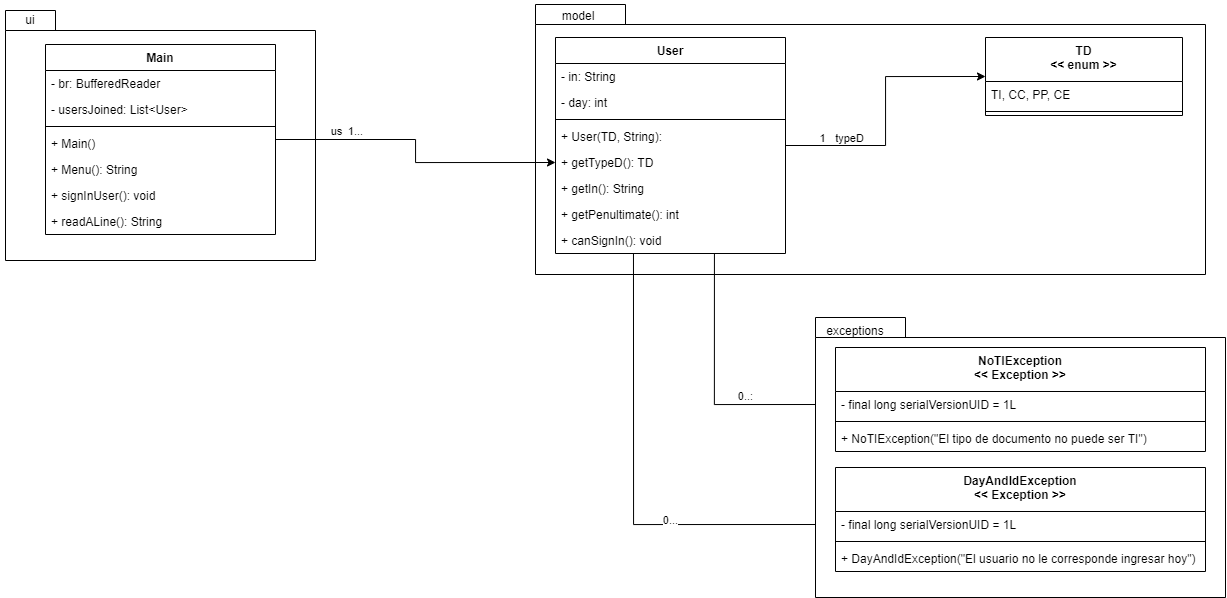
Above: docs/Diagrama de Clases.png in JCamiloRamirezTabares/Mi_Barrio_Te_Quiere (draw.io), before the change. Source tidied: cells renumbered, new cells last; positions are measured from the earlier drawing's top-left corner, leaving out a move shared by most shapes. Its diagram source:
```xml
<mxGraphModel>
  <root>
    <mxCell id="0" />
    <mxCell id="1" parent="0" />
    <mxCell id="2" style="shape=folder;fontStyle=1;spacingTop=10;tabWidth=50;tabHeight=20;tabPosition=left;html=1;" parent="1" vertex="1">
      <mxGeometry x="5" y="10" width="310" height="250" as="geometry" />
    </mxCell>
    <mxCell id="3" style="shape=folder;fontStyle=1;spacingTop=10;tabWidth=90;tabHeight=20;tabPosition=left;html=1;" parent="1" vertex="1">
      <mxGeometry x="535" y="4" width="670" height="270" as="geometry" />
    </mxCell>
    <mxCell id="4" style="edgeStyle=orthogonalEdgeStyle;rounded=0;jettySize=auto;html=1;entryX=0;entryY=0.5;entryDx=0;entryDy=0;" parent="1" edge="1" source="11" target="20">
      <mxGeometry relative="1" as="geometry" />
    </mxCell>
    <mxCell id="5" value="typeD" style="edgeLabel;html=1;align=center;verticalAlign=middle;" parent="4" vertex="1">
      <mxGeometry x="0.49" y="1" relative="1" as="geometry">
        <mxPoint x="-69" y="62" as="offset" />
      </mxGeometry>
    </mxCell>
    <mxCell id="6" value="1" style="edgeLabel;html=1;align=center;verticalAlign=middle;" parent="4" vertex="1">
      <mxGeometry x="-0.36" y="1" relative="1" as="geometry">
        <mxPoint x="-49" y="-7" as="offset" />
      </mxGeometry>
    </mxCell>
    <mxCell id="7" style="edgeStyle=orthogonalEdgeStyle;rounded=0;jettySize=auto;html=1;entryX=0;entryY=0.5;entryDx=0;entryDy=0;exitX=0.691;exitY=1;exitDx=0;exitDy=0;exitPerimeter=0;" parent="1" edge="1" source="19" target="36">
      <mxGeometry relative="1" as="geometry" />
    </mxCell>
    <mxCell id="8" value="0..:" style="edgeLabel;html=1;align=center;verticalAlign=middle;" parent="7" vertex="1">
      <mxGeometry x="0.13" y="2" relative="1" as="geometry">
        <mxPoint x="29" y="-7" as="offset" />
      </mxGeometry>
    </mxCell>
    <mxCell id="9" style="edgeStyle=orthogonalEdgeStyle;rounded=0;jettySize=auto;html=1;entryX=0;entryY=0.5;entryDx=0;entryDy=0;exitX=0.339;exitY=1;exitDx=0;exitDy=0;exitPerimeter=0;" parent="1" edge="1" source="19" target="40">
      <mxGeometry relative="1" as="geometry" />
    </mxCell>
    <mxCell id="10" value="0..." style="edgeLabel;html=1;align=center;verticalAlign=middle;" parent="9" vertex="1">
      <mxGeometry x="0.3" relative="1" as="geometry">
        <mxPoint y="-5" as="offset" />
      </mxGeometry>
    </mxCell>
    <mxCell id="11" value="User" style="swimlane;fontStyle=1;align=center;verticalAlign=top;horizontal=1;startSize=26;" parent="1" vertex="1">
      <mxGeometry x="555" y="37" width="230" height="216" as="geometry" />
    </mxCell>
    <mxCell id="12" value="- in: String" style="text;strokeColor=none;fillColor=none;align=left;verticalAlign=top;spacingLeft=4;spacingRight=4;overflow=hidden;" parent="11" vertex="1">
      <mxGeometry y="26" width="230" height="26" as="geometry" />
    </mxCell>
    <mxCell id="13" value="- day: int" style="text;strokeColor=none;fillColor=none;align=left;verticalAlign=top;spacingLeft=4;spacingRight=4;overflow=hidden;" parent="11" vertex="1">
      <mxGeometry y="52" width="230" height="26" as="geometry" />
    </mxCell>
    <mxCell id="14" style="line;strokeWidth=1;fillColor=none;align=left;verticalAlign=middle;spacingTop=-1;spacingLeft=3;spacingRight=3;labelPosition=right;" parent="11" vertex="1">
      <mxGeometry y="78" width="230" height="8" as="geometry" />
    </mxCell>
    <mxCell id="15" value="+ User(TD, String):" style="text;strokeColor=none;fillColor=none;align=left;verticalAlign=top;spacingLeft=4;spacingRight=4;overflow=hidden;" parent="11" vertex="1">
      <mxGeometry y="86" width="230" height="26" as="geometry" />
    </mxCell>
    <mxCell id="16" value="+ getTypeD(): TD" style="text;strokeColor=none;fillColor=none;align=left;verticalAlign=top;spacingLeft=4;spacingRight=4;overflow=hidden;points=[[0,0.5],[1,0.5]];portConstraint=eastwest;" parent="11" vertex="1">
      <mxGeometry y="112" width="230" height="26" as="geometry" />
    </mxCell>
    <mxCell id="17" value="+ getIn(): String" style="text;strokeColor=none;fillColor=none;align=left;verticalAlign=top;spacingLeft=4;spacingRight=4;overflow=hidden;" parent="11" vertex="1">
      <mxGeometry y="138" width="230" height="26" as="geometry" />
    </mxCell>
    <mxCell id="18" value="+ getPenultimate(): int" style="text;strokeColor=none;fillColor=none;align=left;verticalAlign=top;spacingLeft=4;spacingRight=4;overflow=hidden;" parent="11" vertex="1">
      <mxGeometry y="164" width="230" height="26" as="geometry" />
    </mxCell>
    <mxCell id="19" value="+ canSignIn(): void" style="text;strokeColor=none;fillColor=none;align=left;verticalAlign=top;spacingLeft=4;spacingRight=4;overflow=hidden;points=[[0,0.5],[1,0.5]];portConstraint=eastwest;" parent="11" vertex="1">
      <mxGeometry y="190" width="230" height="26" as="geometry" />
    </mxCell>
    <mxCell id="20" value="TD&#10;&lt;&lt; enum &gt;&gt;" style="swimlane;fontStyle=1;align=center;verticalAlign=top;horizontal=1;startSize=44;" parent="1" vertex="1">
      <mxGeometry x="985" y="37" width="197" height="78" as="geometry" />
    </mxCell>
    <mxCell id="21" value="TI, CC, PP, CE" style="text;strokeColor=none;fillColor=none;align=left;verticalAlign=top;spacingLeft=4;spacingRight=4;overflow=hidden;" parent="20" vertex="1">
      <mxGeometry y="44" width="197" height="26" as="geometry" />
    </mxCell>
    <mxCell id="22" style="line;strokeWidth=1;fillColor=none;align=left;verticalAlign=middle;spacingTop=-1;spacingLeft=3;spacingRight=3;labelPosition=right;" parent="20" vertex="1">
      <mxGeometry y="70" width="197" height="8" as="geometry" />
    </mxCell>
    <mxCell id="23" style="edgeStyle=orthogonalEdgeStyle;rounded=0;jettySize=auto;html=1;entryX=0;entryY=0.5;entryDx=0;entryDy=0;" parent="1" edge="1" source="26" target="16">
      <mxGeometry relative="1" as="geometry" />
    </mxCell>
    <mxCell id="24" value="us" style="edgeLabel;html=1;align=center;verticalAlign=middle;" parent="23" vertex="1">
      <mxGeometry x="-0.41" y="-2" relative="1" as="geometry">
        <mxPoint x="-29" y="-11" as="offset" />
      </mxGeometry>
    </mxCell>
    <mxCell id="25" value="1..." style="edgeLabel;html=1;align=center;verticalAlign=middle;" parent="23" vertex="1">
      <mxGeometry x="-0.4" relative="1" as="geometry">
        <mxPoint x="-11" y="-9" as="offset" />
      </mxGeometry>
    </mxCell>
    <mxCell id="26" value="Main" style="swimlane;fontStyle=1;align=center;verticalAlign=top;horizontal=1;startSize=26;" parent="1" vertex="1">
      <mxGeometry x="45" y="44" width="230" height="190" as="geometry" />
    </mxCell>
    <mxCell id="27" value="- br: BufferedReader" style="text;strokeColor=none;fillColor=none;align=left;verticalAlign=top;spacingLeft=4;spacingRight=4;overflow=hidden;" parent="26" vertex="1">
      <mxGeometry y="26" width="230" height="26" as="geometry" />
    </mxCell>
    <mxCell id="28" value="- usersJoined: List&lt;User&gt;" style="text;strokeColor=none;fillColor=none;align=left;verticalAlign=top;spacingLeft=4;spacingRight=4;overflow=hidden;" parent="26" vertex="1">
      <mxGeometry y="52" width="230" height="26" as="geometry" />
    </mxCell>
    <mxCell id="29" style="line;strokeWidth=1;fillColor=none;align=left;verticalAlign=middle;spacingTop=-1;spacingLeft=3;spacingRight=3;labelPosition=right;" parent="26" vertex="1">
      <mxGeometry y="78" width="230" height="8" as="geometry" />
    </mxCell>
    <mxCell id="30" value="+ Main()" style="text;strokeColor=none;fillColor=none;align=left;verticalAlign=top;spacingLeft=4;spacingRight=4;overflow=hidden;" parent="26" vertex="1">
      <mxGeometry y="86" width="230" height="26" as="geometry" />
    </mxCell>
    <mxCell id="31" value="+ Menu(): String" style="text;strokeColor=none;fillColor=none;align=left;verticalAlign=top;spacingLeft=4;spacingRight=4;overflow=hidden;" parent="26" vertex="1">
      <mxGeometry y="112" width="230" height="26" as="geometry" />
    </mxCell>
    <mxCell id="32" value="+ signInUser(): void" style="text;strokeColor=none;fillColor=none;align=left;verticalAlign=top;spacingLeft=4;spacingRight=4;overflow=hidden;" parent="26" vertex="1">
      <mxGeometry y="138" width="230" height="26" as="geometry" />
    </mxCell>
    <mxCell id="33" value="+ readALine(): String" style="text;strokeColor=none;fillColor=none;align=left;verticalAlign=top;spacingLeft=4;spacingRight=4;overflow=hidden;" parent="26" vertex="1">
      <mxGeometry y="164" width="230" height="26" as="geometry" />
    </mxCell>
    <mxCell id="34" style="shape=folder;fontStyle=1;spacingTop=10;tabWidth=90;tabHeight=20;tabPosition=left;html=1;" parent="1" vertex="1">
      <mxGeometry x="815" y="317" width="410" height="280" as="geometry" />
    </mxCell>
    <mxCell id="35" value="NoTIException&#10;&lt;&lt; Exception &gt;&gt;" style="swimlane;fontStyle=1;align=center;verticalAlign=top;horizontal=1;startSize=44;" parent="1" vertex="1">
      <mxGeometry x="835" y="347" width="370" height="104" as="geometry" />
    </mxCell>
    <mxCell id="36" value="- final long serialVersionUID = 1L" style="text;strokeColor=none;fillColor=none;align=left;verticalAlign=top;spacingLeft=4;spacingRight=4;overflow=hidden;points=[[0,0.5],[1,0.5]];portConstraint=eastwest;" parent="35" vertex="1">
      <mxGeometry y="44" width="370" height="26" as="geometry" />
    </mxCell>
    <mxCell id="37" style="line;strokeWidth=1;fillColor=none;align=left;verticalAlign=middle;spacingTop=-1;spacingLeft=3;spacingRight=3;labelPosition=right;" parent="35" vertex="1">
      <mxGeometry y="70" width="370" height="8" as="geometry" />
    </mxCell>
    <mxCell id="38" value="+ NoTIException(&quot;El tipo de documento no puede ser TI&quot;)" style="text;strokeColor=none;fillColor=none;align=left;verticalAlign=top;spacingLeft=4;spacingRight=4;overflow=hidden;" parent="35" vertex="1">
      <mxGeometry y="78" width="370" height="26" as="geometry" />
    </mxCell>
    <mxCell id="39" value="DayAndIdException&#10;&lt;&lt; Exception &gt;&gt;" style="swimlane;fontStyle=1;align=center;verticalAlign=top;horizontal=1;startSize=44;" parent="1" vertex="1">
      <mxGeometry x="835" y="467" width="370" height="104" as="geometry" />
    </mxCell>
    <mxCell id="40" value="- final long serialVersionUID = 1L" style="text;strokeColor=none;fillColor=none;align=left;verticalAlign=top;spacingLeft=4;spacingRight=4;overflow=hidden;points=[[0,0.5],[1,0.5]];portConstraint=eastwest;" parent="39" vertex="1">
      <mxGeometry y="44" width="370" height="26" as="geometry" />
    </mxCell>
    <mxCell id="41" style="line;strokeWidth=1;fillColor=none;align=left;verticalAlign=middle;spacingTop=-1;spacingLeft=3;spacingRight=3;labelPosition=right;" parent="39" vertex="1">
      <mxGeometry y="70" width="370" height="8" as="geometry" />
    </mxCell>
    <mxCell id="42" value="+ DayAndIdException(&quot;El usuario no le corresponde ingresar hoy&quot;)" style="text;strokeColor=none;fillColor=none;align=left;verticalAlign=top;spacingLeft=4;spacingRight=4;overflow=hidden;" parent="39" vertex="1">
      <mxGeometry y="78" width="370" height="26" as="geometry" />
    </mxCell>
    <mxCell id="43" value="exceptions" style="text;html=1;strokeColor=none;fillColor=none;align=center;verticalAlign=middle;whiteSpace=wrap;rounded=0;" parent="1" vertex="1">
      <mxGeometry x="825" y="315" width="60" height="30" as="geometry" />
    </mxCell>
    <mxCell id="44" value="model" style="text;html=1;strokeColor=none;fillColor=none;align=center;verticalAlign=middle;whiteSpace=wrap;rounded=0;" parent="1" vertex="1">
      <mxGeometry x="548" width="60" height="30" as="geometry" />
    </mxCell>
    <mxCell id="45" value="ui" style="text;html=1;strokeColor=none;fillColor=none;align=center;verticalAlign=middle;whiteSpace=wrap;rounded=0;" parent="1" vertex="1">
      <mxGeometry y="4" width="60" height="30" as="geometry" />
    </mxCell>
  </root>
</mxGraphModel>
```
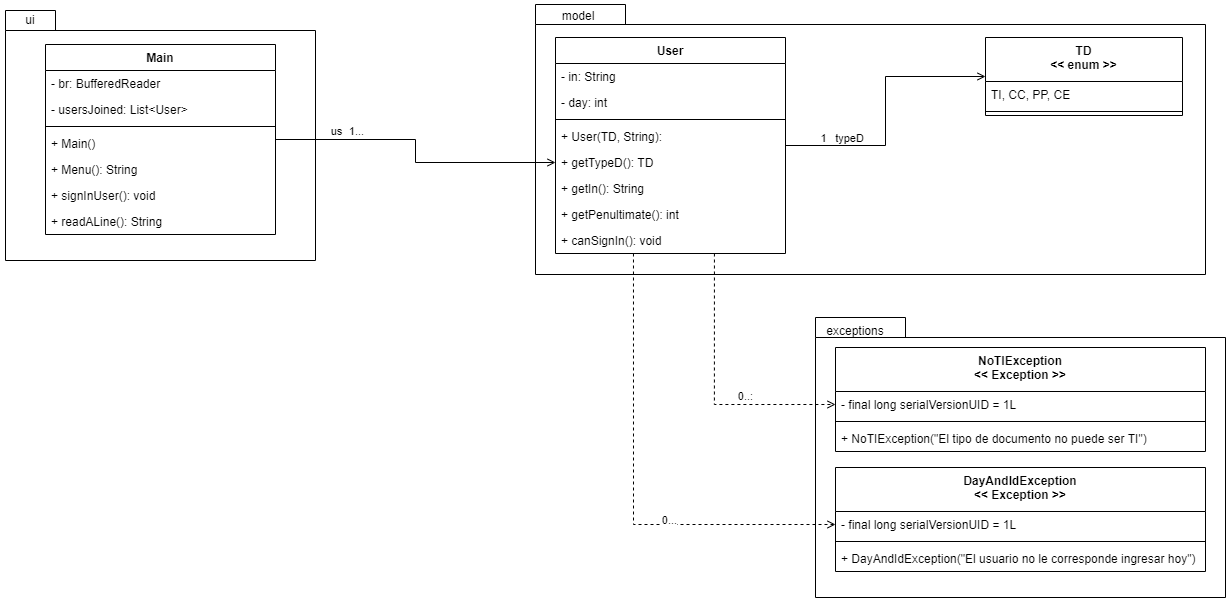
After the change.

Commit message:
Actualizacion Digrama de clases

What changed in the source:
```diff
@@ -2,13 +2,16 @@
   <root>
     <mxCell id="0" />
     <mxCell id="1" parent="0" />
+    <mxCell id="34" style="shape=folder;fontStyle=1;spacingTop=10;tabWidth=90;tabHeight=20;tabPosition=left;html=1;" parent="1" vertex="1">
+      <mxGeometry x="815" y="317" width="410" height="280" as="geometry" />
+    </mxCell>
     <mxCell id="2" style="shape=folder;fontStyle=1;spacingTop=10;tabWidth=50;tabHeight=20;tabPosition=left;html=1;" parent="1" vertex="1">
       <mxGeometry x="5" y="10" width="310" height="250" as="geometry" />
     </mxCell>
     <mxCell id="3" style="shape=folder;fontStyle=1;spacingTop=10;tabWidth=90;tabHeight=20;tabPosition=left;html=1;" parent="1" vertex="1">
       <mxGeometry x="535" y="4" width="670" height="270" as="geometry" />
     </mxCell>
-    <mxCell id="4" style="edgeStyle=orthogonalEdgeStyle;rounded=0;jettySize=auto;html=1;entryX=0;entryY=0.5;entryDx=0;entryDy=0;" parent="1" edge="1" source="11" target="20">
+    <mxCell id="4" style="edgeStyle=orthogonalEdgeStyle;rounded=0;jettySize=auto;html=1;entryX=0;entryY=0.5;entryDx=0;entryDy=0;endArrow=open;endFill=0;" parent="1" edge="1" source="11" target="20">
       <mxGeometry relative="1" as="geometry" />
     </mxCell>
     <mxCell id="5" value="typeD" style="edgeLabel;html=1;align=center;verticalAlign=middle;" parent="4" vertex="1">
@@ -21,7 +24,7 @@
         <mxPoint x="-49" y="-7" as="offset" />
       </mxGeometry>
     </mxCell>
-    <mxCell id="7" style="edgeStyle=orthogonalEdgeStyle;rounded=0;jettySize=auto;html=1;entryX=0;entryY=0.5;entryDx=0;entryDy=0;exitX=0.691;exitY=1;exitDx=0;exitDy=0;exitPerimeter=0;" parent="1" edge="1" source="19" target="36">
+    <mxCell id="7" style="edgeStyle=orthogonalEdgeStyle;rounded=0;jettySize=auto;html=1;entryX=0;entryY=0.5;entryDx=0;entryDy=0;exitX=0.691;exitY=1;exitDx=0;exitDy=0;exitPerimeter=0;dashed=1;endArrow=open;endFill=0;" parent="1" edge="1" source="19" target="36">
       <mxGeometry relative="1" as="geometry" />
     </mxCell>
     <mxCell id="8" value="0..:" style="edgeLabel;html=1;align=center;verticalAlign=middle;" parent="7" vertex="1">
@@ -29,7 +32,7 @@
         <mxPoint x="29" y="-7" as="offset" />
       </mxGeometry>
     </mxCell>
-    <mxCell id="9" style="edgeStyle=orthogonalEdgeStyle;rounded=0;jettySize=auto;html=1;entryX=0;entryY=0.5;entryDx=0;entryDy=0;exitX=0.339;exitY=1;exitDx=0;exitDy=0;exitPerimeter=0;" parent="1" edge="1" source="19" target="40">
+    <mxCell id="9" style="edgeStyle=orthogonalEdgeStyle;rounded=0;jettySize=auto;html=1;entryX=0;entryY=0.5;entryDx=0;entryDy=0;exitX=0.339;exitY=1;exitDx=0;exitDy=0;exitPerimeter=0;dashed=1;endArrow=open;endFill=0;" parent="1" edge="1" source="19" target="40">
       <mxGeometry relative="1" as="geometry" />
     </mxCell>
     <mxCell id="10" value="0..." style="edgeLabel;html=1;align=center;verticalAlign=middle;" parent="9" vertex="1">
@@ -73,7 +76,7 @@
     <mxCell id="22" style="line;strokeWidth=1;fillColor=none;align=left;verticalAlign=middle;spacingTop=-1;spacingLeft=3;spacingRight=3;labelPosition=right;" parent="20" vertex="1">
       <mxGeometry y="70" width="197" height="8" as="geometry" />
     </mxCell>
-    <mxCell id="23" style="edgeStyle=orthogonalEdgeStyle;rounded=0;jettySize=auto;html=1;entryX=0;entryY=0.5;entryDx=0;entryDy=0;" parent="1" edge="1" source="26" target="16">
+    <mxCell id="23" style="edgeStyle=orthogonalEdgeStyle;rounded=0;jettySize=auto;html=1;entryX=0;entryY=0.5;entryDx=0;entryDy=0;endArrow=open;endFill=0;" parent="1" edge="1" source="26" target="16">
       <mxGeometry relative="1" as="geometry" />
     </mxCell>
     <mxCell id="24" value="us" style="edgeLabel;html=1;align=center;verticalAlign=middle;" parent="23" vertex="1">
@@ -110,9 +113,6 @@
     <mxCell id="33" value="+ readALine(): String" style="text;strokeColor=none;fillColor=none;align=left;verticalAlign=top;spacingLeft=4;spacingRight=4;overflow=hidden;" parent="26" vertex="1">
       <mxGeometry y="164" width="230" height="26" as="geometry" />
     </mxCell>
-    <mxCell id="34" style="shape=folder;fontStyle=1;spacingTop=10;tabWidth=90;tabHeight=20;tabPosition=left;html=1;" parent="1" vertex="1">
-      <mxGeometry x="815" y="317" width="410" height="280" as="geometry" />
-    </mxCell>
     <mxCell id="35" value="NoTIException&#10;&lt;&lt; Exception &gt;&gt;" style="swimlane;fontStyle=1;align=center;verticalAlign=top;horizontal=1;startSize=44;" parent="1" vertex="1">
       <mxGeometry x="835" y="347" width="370" height="104" as="geometry" />
     </mxCell>
```
